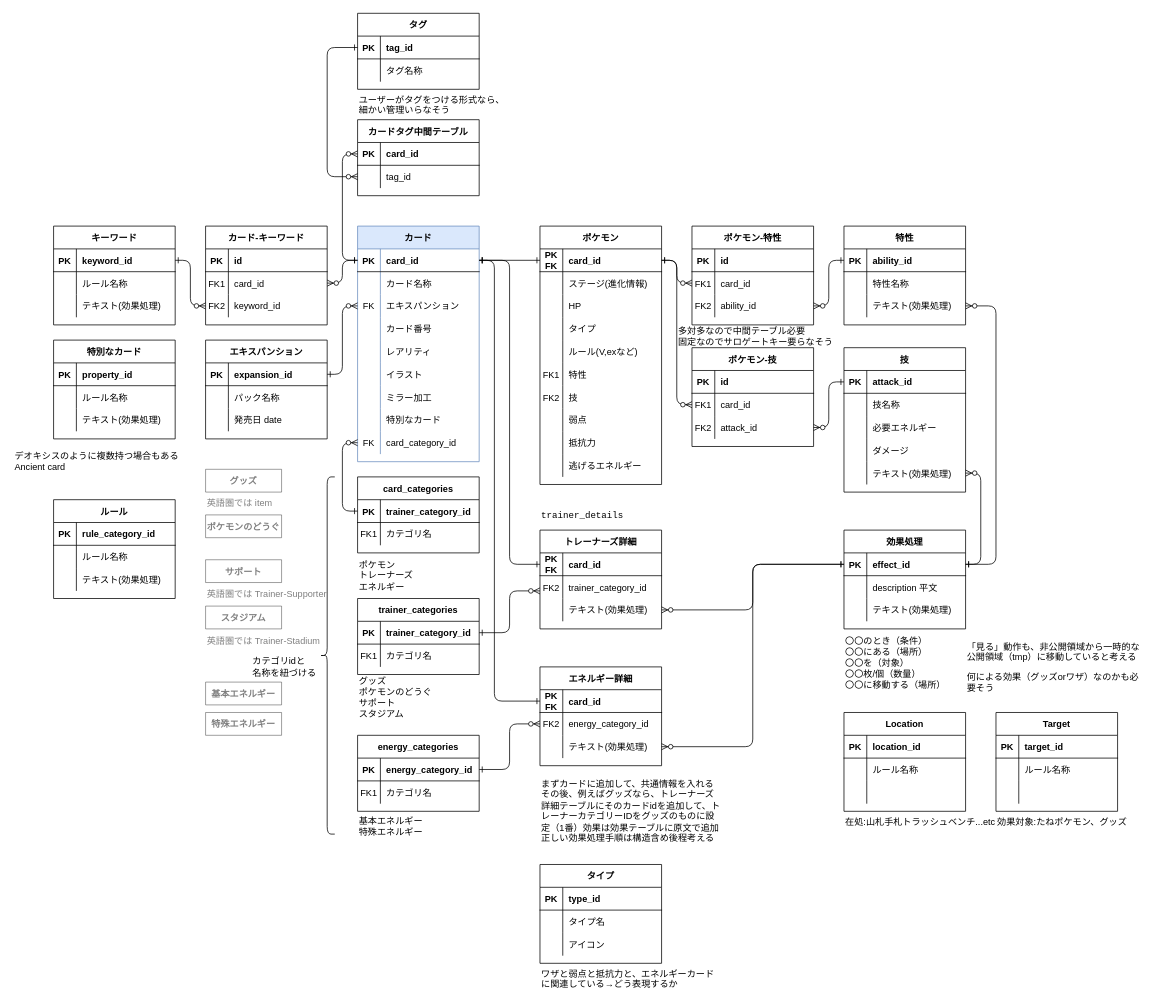
Earlier version of the draw.io diagram page "ER図ver2" (4 of 11) of データベース草案.drawio (tinatamago/ptcg). Source tidied: cells renumbered, new cells numbered last; positions are measured from the earlier drawing's top-left corner, leaving out a move shared by most shapes. Both pictures are drawn from the tidied source at 76%, with x=0, y=0 at pixel (13, 13).
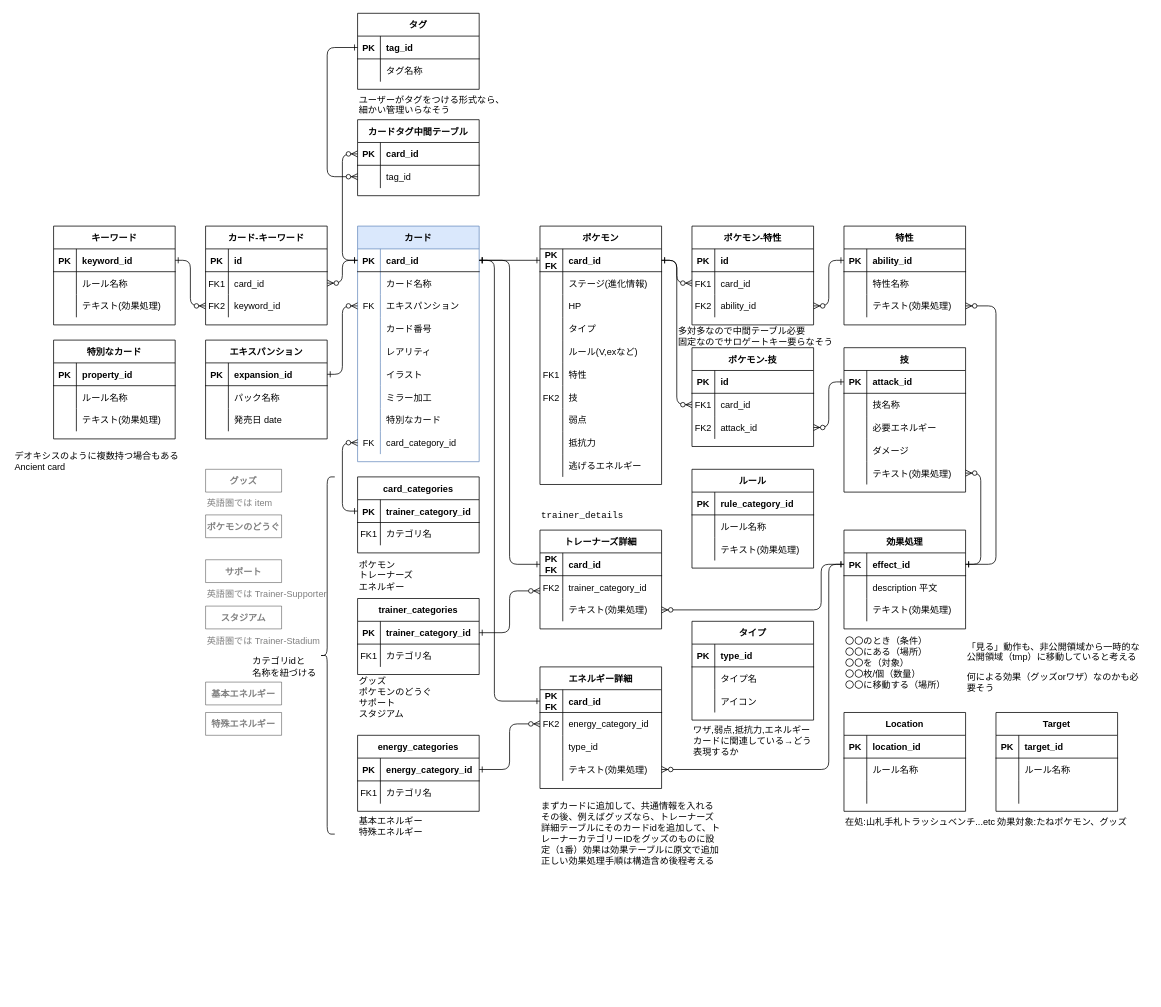
The same diagram, later.

Commit message:
データベース草案.drawio を更新します

The change refers to these unchanged cells:
```xml
<mxCell id="138" style="shape=partialRectangle;fillColor=none;points=[[0,0.5],[1,0.5]];portConstraint=eastwest;top=0;left=0;right=0;bottom=0;" parent="131" vertex="1">
  <mxGeometry y="90" width="160" height="30" as="geometry" />
</mxCell>
<mxCell id="184" style="shape=partialRectangle;fillColor=none;points=[[0,0.5],[1,0.5]];portConstraint=eastwest;top=0;left=0;right=0;bottom=0;" parent="177" vertex="1">
  <mxGeometry y="90" width="160" height="30" as="geometry" />
</mxCell>
<mxCell id="205" style="shape=partialRectangle;fillColor=none;points=[[0,0.5],[1,0.5]];portConstraint=eastwest;top=0;left=0;right=0;bottom=1;" parent="204" vertex="1">
  <mxGeometry y="30" width="160" height="30" as="geometry" />
</mxCell>
```

Diff of the diagram source:
```diff
@@
     <mxCell id="177" value="エネルギー詳細" style="shape=table;startSize=30;childLayout=tableLayout;rowLines=0;fontStyle=1;align=center;" parent="1" vertex="1">
-      <mxGeometry x="693" y="860" width="160" height="130" as="geometry" />
+      <mxGeometry x="693" y="860" width="160" height="160" as="geometry" />
     </mxCell>
@@
-    <mxCell id="186" value="テキスト(効果処理)" style="shape=partialRectangle;overflow=hidden;fillColor=none;top=0;left=0;bottom=0;right=0;align=left;spacingLeft=6;" parent="184" vertex="1">
+    <mxCell id="186" value="type_id" style="shape=partialRectangle;overflow=hidden;fillColor=none;top=0;left=0;bottom=0;right=0;align=left;spacingLeft=6;" parent="184" vertex="1">
       <mxGeometry x="30" width="130" height="30" as="geometry" />
     </mxCell>
+    <mxCell id="296" style="shape=partialRectangle;fillColor=none;points=[[0,0.5],[1,0.5]];portConstraint=eastwest;top=0;left=0;right=0;bottom=0;" parent="177" vertex="1">
+      <mxGeometry y="120" width="160" height="30" as="geometry" />
+    </mxCell>
+    <mxCell id="297" style="shape=partialRectangle;overflow=hidden;fillColor=none;top=0;left=0;bottom=0;right=0;" parent="296" vertex="1">
+      <mxGeometry width="30" height="30" as="geometry" />
+    </mxCell>
+    <mxCell id="298" value="テキスト(効果処理)" style="shape=partialRectangle;overflow=hidden;fillColor=none;top=0;left=0;bottom=0;right=0;align=left;spacingLeft=6;" parent="296" vertex="1">
+      <mxGeometry x="30" width="130" height="30" as="geometry" />
+    </mxCell>
@@
     <mxCell id="194" value="ルール" style="shape=table;startSize=30;childLayout=tableLayout;rowLines=0;fontStyle=1;align=center;" parent="1" vertex="1">
-      <mxGeometry x="53" y="640" width="160" height="130" as="geometry" />
+      <mxGeometry x="893" y="600" width="160" height="130" as="geometry" />
     </mxCell>
@@
     <mxCell id="262" style="edgeStyle=orthogonalEdgeStyle;endArrow=ERzeroToMany;startArrow=ERone;endFill=1;startFill=0;rounded=1;" parent="1" edge="1" source="205" target="138">
-      <mxGeometry relative="1" as="geometry" />
+      <mxGeometry relative="1" as="geometry">
+        <Array as="points">
+          <mxPoint x="1063" y="725" />
+          <mxPoint x="1063" y="785" />
+        </Array>
+      </mxGeometry>
     </mxCell>
-    <mxCell id="263" style="edgeStyle=orthogonalEdgeStyle;endArrow=ERzeroToMany;startArrow=ERone;endFill=1;startFill=0;rounded=1;" parent="1" edge="1" source="205" target="184">
-      <mxGeometry relative="1" as="geometry" />
+    <mxCell id="263" style="edgeStyle=orthogonalEdgeStyle;endArrow=ERzeroToMany;startArrow=ERone;endFill=1;startFill=0;rounded=1;" parent="1" edge="1" source="205" target="296">
+      <mxGeometry relative="1" as="geometry">
+        <Array as="points">
+          <mxPoint x="1073" y="725" />
+          <mxPoint x="1073" y="995" />
+        </Array>
+      </mxGeometry>
     </mxCell>
@@
     <mxCell id="266" value="まずカードに追加して、共通情報を入れる&lt;div&gt;その後、例えばグッズなら、トレーナーズ詳細テーブルにそのカードidを追加して、トレーナーカテゴリーIDをグッズのものに設定（&lt;span style=&quot;background-color: transparent; color: light-dark(rgb(0, 0, 0), rgb(255, 255, 255));&quot;&gt;1番）効果は効果テーブルに原文で追加&lt;/span&gt;&lt;/div&gt;&lt;div&gt;&lt;span style=&quot;background-color: transparent; color: light-dark(rgb(0, 0, 0), rgb(255, 255, 255));&quot;&gt;正しい効果処理手順は構造含め後程考える&lt;/span&gt;&lt;/div&gt;" style="text;whiteSpace=wrap;html=1;" parent="1" vertex="1">
-      <mxGeometry x="693" y="1000" width="240" height="40" as="geometry" />
+      <mxGeometry x="693" y="1030" width="240" height="40" as="geometry" />
     </mxCell>
@@
     <mxCell id="285" value="タイプ" style="shape=table;startSize=30;childLayout=tableLayout;rowLines=0;fontStyle=1;align=center;" parent="1" vertex="1">
-      <mxGeometry x="693" y="1120" width="160" height="130" as="geometry" />
+      <mxGeometry x="893" y="800" width="160" height="130" as="geometry" />
     </mxCell>
@@
-    <mxCell id="295" value="ワザと弱点と抵抗力と、エネルギーカードに関連している→どう表現するか" style="text;whiteSpace=wrap;html=1;" parent="1" vertex="1">
-      <mxGeometry x="693" y="1250" width="240" height="40" as="geometry" />
+    <mxCell id="295" value="ワザ,弱点,抵抗力,エネルギーカードに関連している→どう表現するか" style="text;whiteSpace=wrap;html=1;" parent="1" vertex="1">
+      <mxGeometry x="893" y="930" width="160" height="40" as="geometry" />
     </mxCell>
```
